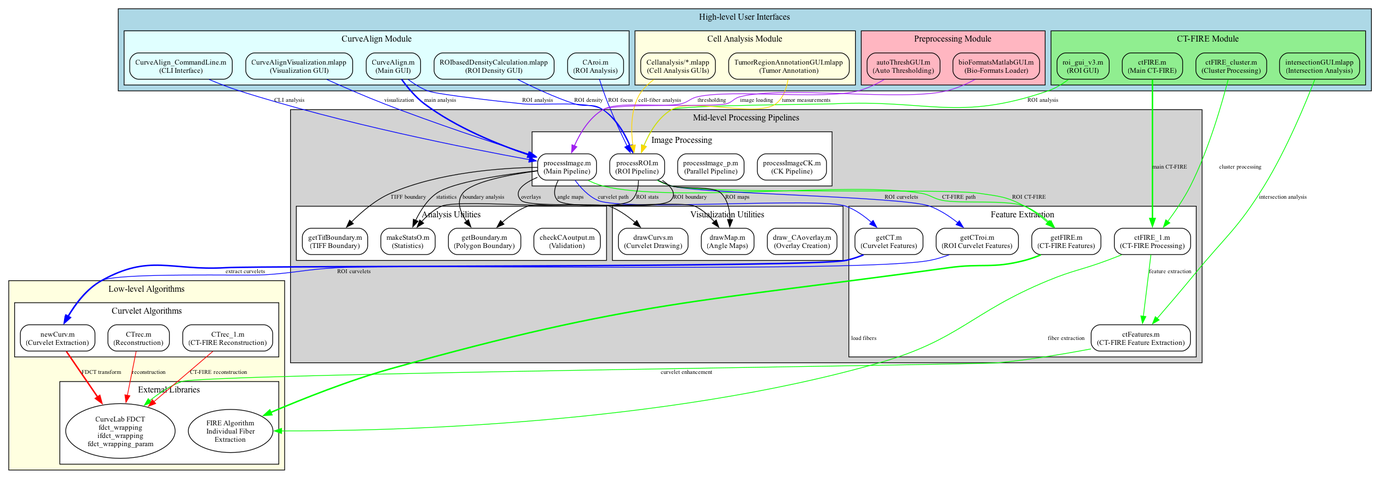
Earlier version of the Graphviz export Curvelets_API/api_graph.png (uw-loci/curvelets). Its source is kept beside it as Curvelets_API/api_graph.dot.
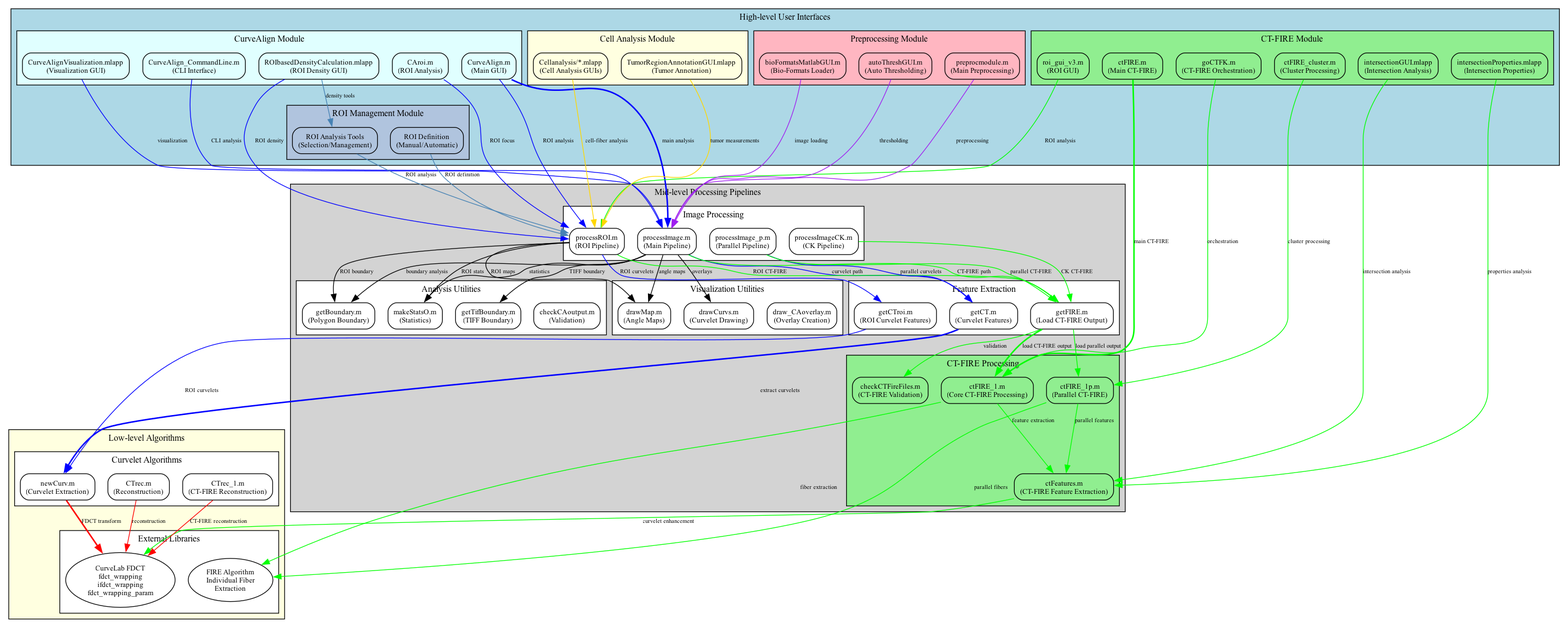
Later version of the same file.

Commit message:
Fix API graph connections and module organization

- Connect getFIRE to processImage functions properly
- Move ctFIRE to mid-level, add missing modules
- Update documentation to reflect corrected structure

Fixes #42

Change to the diagram source:
```diff
@@ -28,6 +28,8 @@
       CTFIREcluster[label="ctFIRE_cluster.m\n(Cluster Processing)"];
       CTFIREgui[label="roi_gui_v3.m\n(ROI GUI)"];
       CTFIREintersect[label="intersectionGUI.mlapp\n(Intersection Analysis)"];
+      CTFIREprops[label="intersectionProperties.mlapp\n(Intersection Properties)"];
+      CTFIREorch[label="goCTFK.m\n(CT-FIRE Orchestration)"];
     }
 
     subgraph cluster_cell {
@@ -38,12 +40,21 @@
       TumorAnnot[label="TumorRegionAnnotationGUI.mlapp\n(Tumor Annotation)"];
     }
 
+    subgraph cluster_roi {
+      label="ROI Management Module";
+      style=filled;
+      fillcolor=lightsteelblue;
+      ROIman[label="ROI Definition\n(Manual/Automatic)"];
+      ROItools[label="ROI Analysis Tools\n(Selection/Management)"];
+    }
+
     subgraph cluster_prep {
       label="Preprocessing Module";
       style=filled;
       fillcolor=lightpink;
       PrepGUI[label="bioFormatsMatlabGUI.m\n(Bio-Formats Loader)"];
       ThreshGUI[label="autoThreshGUI.m\n(Auto Thresholding)"];
+      PrepModule[label="preprocmodule.m\n(Main Preprocessing)"];
     }
   }
 
@@ -69,9 +80,17 @@
       fillcolor=white;
       GetCT[label="getCT.m\n(Curvelet Features)"];
       GetCTroi[label="getCTroi.m\n(ROI Curvelet Features)"];
-      GetFIRE[label="getFIRE.m\n(CT-FIRE Features)"];
-      CTFIREprocess[label="ctFIRE_1.m\n(CT-FIRE Processing)"];
+      GetFIRE[label="getFIRE.m\n(Load CT-FIRE Output)"];
+    }
+
+    subgraph cluster_ctfire_processing {
+      label="CT-FIRE Processing";
+      style=filled;
+      fillcolor=lightgreen;
+      CTFIREprocess[label="ctFIRE_1.m\n(Core CT-FIRE Processing)"];
+      CTFIREprocessP[label="ctFIRE_1p.m\n(Parallel CT-FIRE)"];
       CTFIREfeatures[label="ctFeatures.m\n(CT-FIRE Feature Extraction)"];
+      CTFIREcheck[label="checkCTFireFiles.m\n(CT-FIRE Validation)"];
     }
 
     subgraph cluster_analysis {
@@ -127,21 +146,31 @@
   ROIgui -> PROI [label="ROI density", color=blue];
 
   CTFIRE -> CTFIREprocess [label="main CT-FIRE", color=green, penwidth=2];
-  CTFIREcluster -> CTFIREprocess [label="cluster processing", color=green];
+  CTFIREcluster -> CTFIREprocessP [label="cluster processing", color=green];
   CTFIREgui -> PROI [label="ROI analysis", color=green];
   CTFIREintersect -> CTFIREfeatures [label="intersection analysis", color=green];
+  CTFIREprops -> CTFIREfeatures [label="properties analysis", color=green];
+  CTFIREorch -> CTFIREprocess [label="orchestration", color=green];
 
   CellGUI -> PROI [label="cell-fiber analysis", color=gold];
   TumorAnnot -> PROI [label="tumor measurements", color=gold];
 
+  ROIman -> PROI [label="ROI definition", color=steelblue];
+  ROItools -> PROI [label="ROI analysis", color=steelblue];
+  ROIgui -> ROItools [label="density tools", color=steelblue];
+
   PrepGUI -> PImg [label="image loading", color=purple];
   ThreshGUI -> PImg [label="thresholding", color=purple];
+  PrepModule -> PImg [label="preprocessing", color=purple];
 
 
   PImg -> GetCT [label="curvelet path", color=blue];
   PImg -> GetFIRE [label="CT-FIRE path", color=green];
   PROI -> GetCTroi [label="ROI curvelets", color=blue];
   PROI -> GetFIRE [label="ROI CT-FIRE", color=green];
+  PPar -> GetCT [label="parallel curvelets", color=blue];
+  PPar -> GetFIRE [label="parallel CT-FIRE", color=green];
+  PCK -> GetFIRE [label="CK CT-FIRE", color=green];
 
   PImg -> GB [label="boundary analysis"];
   PImg -> GTB [label="TIFF boundary"];
@@ -154,14 +183,18 @@
   PROI -> DrawMap [label="ROI maps"];
 
   CTFIREprocess -> CTFIREfeatures [label="feature extraction", color=green];
+  CTFIREprocessP -> CTFIREfeatures [label="parallel features", color=green];
   CTFIREprocess -> FIRE [label="fiber extraction", color=green];
+  CTFIREprocessP -> FIRE [label="parallel fibers", color=green];
   CTFIREfeatures -> FDCT [label="curvelet enhancement", color=green];
+  GetFIRE -> CTFIREcheck [label="validation", color=green];
 
 
   GetCT -> NewCurv [label="extract curvelets", color=blue, penwidth=2];
   GetCTroi -> NewCurv [label="ROI curvelets", color=blue];
 
-  GetFIRE -> FIRE [label="load fibers", color=green, penwidth=2];
+  GetFIRE -> CTFIREprocess [label="load CT-FIRE output", color=green, penwidth=2];
+  GetFIRE -> CTFIREprocessP [label="load parallel output", color=green];
 
   NewCurv -> FDCT [label="FDCT transform", color=red, penwidth=2];
   CTrec -> FDCT [label="reconstruction", color=red];
```
